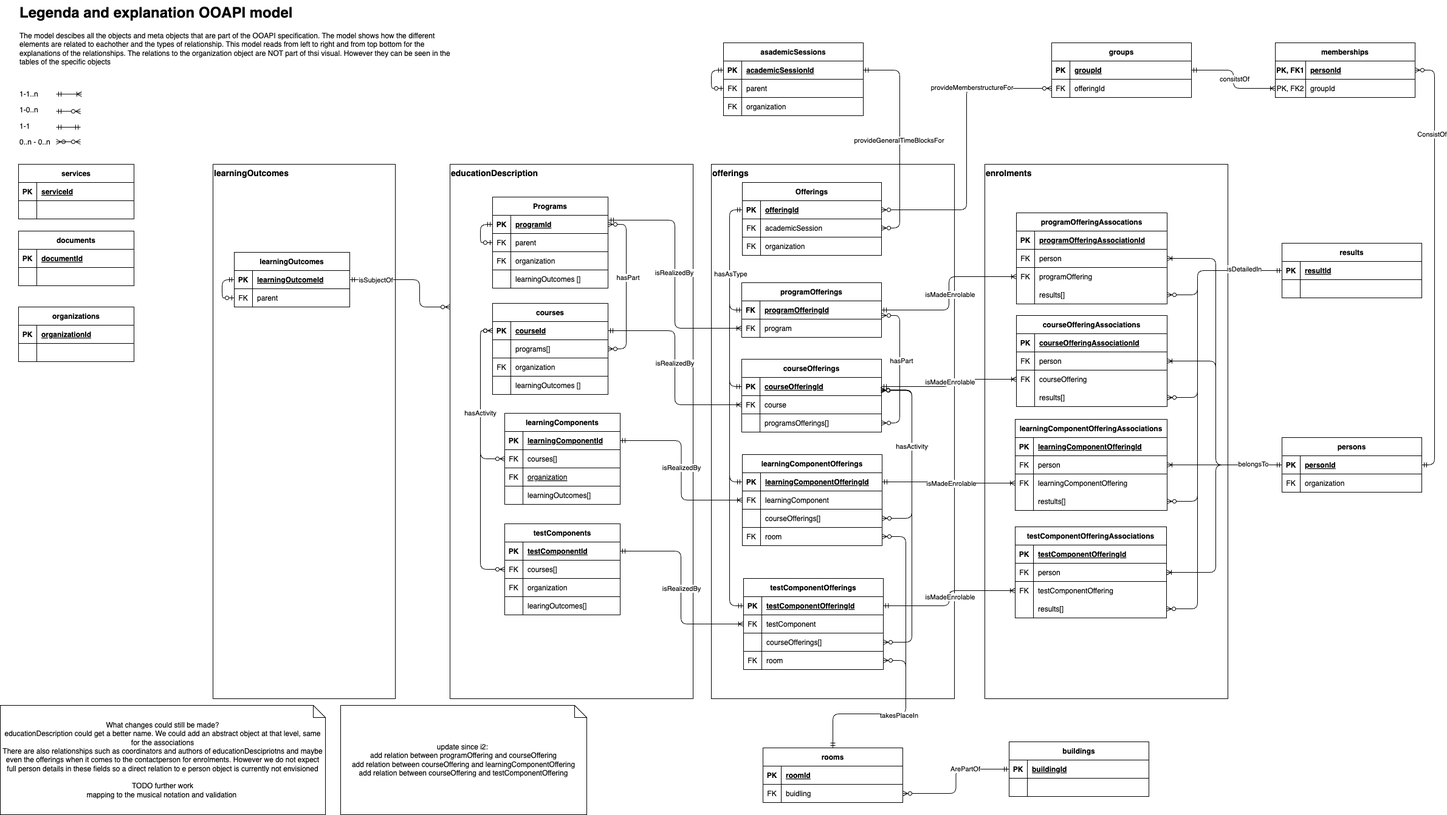
The draw.io diagram v6/ooapi_v6.png in open-education-api/specification, before a commit. Source tidied: cells renumbered, new cells last; positions are measured from the earlier drawing's top-left corner, leaving out a move shared by most shapes.
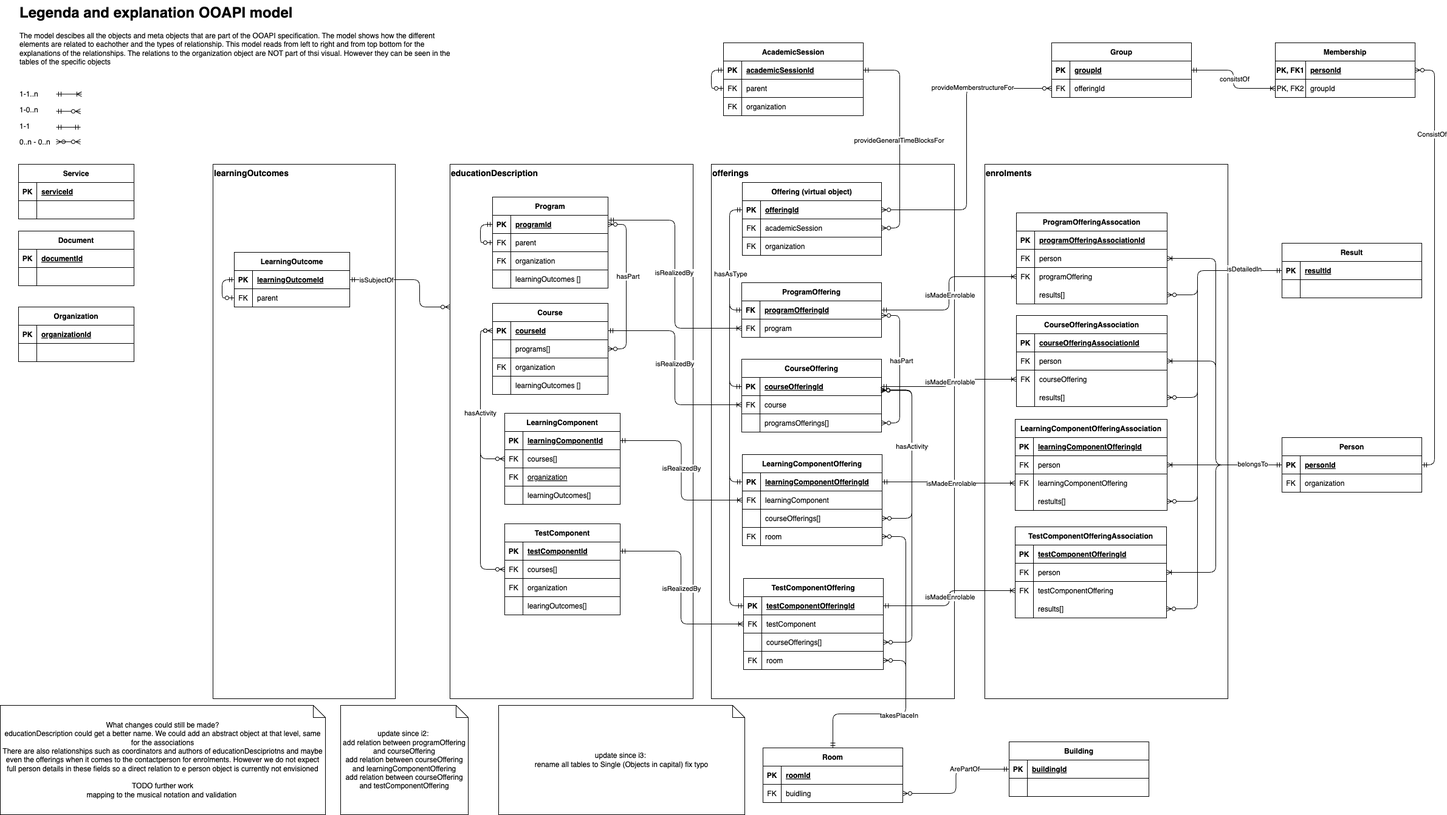
After the change.

Change to the diagram source:
```diff
@@ -20,7 +20,7 @@
     <mxCell id="7" value="isRealizedBy" style="edgeLabel;html=1;align=center;verticalAlign=middle;" parent="6" vertex="1">
       <mxGeometry x="-0.04" y="-1" relative="1" as="geometry" />
     </mxCell>
-    <mxCell id="8" value="courses" style="shape=table;startSize=30;rowLines=0;fontStyle=1;align=center;" parent="1" vertex="1">
+    <mxCell id="8" value="Course" style="shape=table;startSize=30;rowLines=0;fontStyle=1;align=center;" parent="1" vertex="1">
       <mxGeometry x="810" y="499" width="190" height="150" as="geometry" />
     </mxCell>
     <mxCell id="9" style="shape=partialRectangle;fillColor=none;points=[[0,0.5],[1,0.5]];portConstraint=eastwest;top=0;left=0;right=0;bottom=1;" parent="8" vertex="1">
@@ -59,7 +59,7 @@
     <mxCell id="20" value="learningOutcomes []" style="shape=partialRectangle;overflow=hidden;fillColor=none;top=0;left=0;bottom=0;right=0;align=left;spacingLeft=6;fontStyle=0;" parent="18" vertex="1">
       <mxGeometry x="30" width="160" height="30" as="geometry" />
     </mxCell>
-    <mxCell id="21" value="courseOfferings" style="shape=table;startSize=30;rowLines=0;fontStyle=1;align=center;" parent="1" vertex="1">
+    <mxCell id="21" value="CourseOffering" style="shape=table;startSize=30;rowLines=0;fontStyle=1;align=center;" parent="1" vertex="1">
       <mxGeometry x="1220" y="591" width="230" height="120" as="geometry" />
     </mxCell>
     <mxCell id="22" style="shape=partialRectangle;fillColor=none;points=[[0,0.5],[1,0.5]];portConstraint=eastwest;top=0;left=0;right=0;bottom=1;" parent="21" vertex="1">
@@ -89,7 +89,7 @@
     <mxCell id="30" value="programsOfferings[]" style="shape=partialRectangle;overflow=hidden;fillColor=none;top=0;left=0;bottom=0;right=0;align=left;spacingLeft=6;" parent="28" vertex="1">
       <mxGeometry x="30" width="200" height="30" as="geometry" />
     </mxCell>
-    <mxCell id="31" value="learningComponents" style="shape=table;startSize=30;rowLines=0;fontStyle=1;align=center;" parent="1" vertex="1">
+    <mxCell id="31" value="LearningComponent" style="shape=table;startSize=30;rowLines=0;fontStyle=1;align=center;" parent="1" vertex="1">
       <mxGeometry x="830" y="680" width="190" height="150" as="geometry" />
     </mxCell>
     <mxCell id="32" style="shape=partialRectangle;fillColor=none;points=[[0,0.5],[1,0.5]];portConstraint=eastwest;top=0;left=0;right=0;bottom=1;" parent="31" vertex="1">
@@ -131,7 +131,7 @@
     <mxCell id="44" style="edgeStyle=orthogonalEdgeStyle;rounded=1;jettySize=auto;html=1;exitX=0;exitY=0.5;exitDx=0;exitDy=0;startArrow=ERzeroToMany;startFill=0;endArrow=ERzeroToMany;endFill=0;curved=0;entryX=0;entryY=0.5;entryDx=0;entryDy=0;" parent="1" edge="1" source="35" target="9">
       <mxGeometry relative="1" as="geometry" />
     </mxCell>
-    <mxCell id="45" value="Programs" style="shape=table;startSize=30;rowLines=0;fontStyle=1;align=center;" parent="1" vertex="1">
+    <mxCell id="45" value="Program" style="shape=table;startSize=30;rowLines=0;fontStyle=1;align=center;" parent="1" vertex="1">
       <mxGeometry x="810" y="324" width="190" height="150" as="geometry" />
     </mxCell>
     <mxCell id="46" style="shape=partialRectangle;fillColor=none;points=[[0,0.5],[1,0.5]];portConstraint=eastwest;top=0;left=0;right=0;bottom=1;" parent="45" vertex="1">
@@ -173,7 +173,7 @@
     <mxCell id="58" style="edgeStyle=orthogonalEdgeStyle;rounded=1;jettySize=auto;html=1;exitX=0;exitY=0.5;exitDx=0;exitDy=0;endArrow=ERmandOne;startFill=0;startArrow=ERzeroToOne;endFill=0;curved=0;" parent="45" edge="1" source="49" target="46">
       <mxGeometry relative="1" as="geometry" />
     </mxCell>
-    <mxCell id="59" value="testComponents" style="shape=table;startSize=30;rowLines=0;fontStyle=1;align=center;" parent="1" vertex="1">
+    <mxCell id="59" value="TestComponent" style="shape=table;startSize=30;rowLines=0;fontStyle=1;align=center;" parent="1" vertex="1">
       <mxGeometry x="830" y="862" width="190" height="150" as="geometry" />
     </mxCell>
     <mxCell id="60" style="shape=partialRectangle;fillColor=none;points=[[0,0.5],[1,0.5]];portConstraint=eastwest;top=0;left=0;right=0;bottom=1;" parent="59" vertex="1">
@@ -220,7 +220,7 @@
         <mxPoint y="1" as="offset" />
       </mxGeometry>
     </mxCell>
-    <mxCell id="74" value="programOfferings" style="shape=table;startSize=30;rowLines=0;fontStyle=1;align=center;" parent="1" vertex="1">
+    <mxCell id="74" value="ProgramOffering" style="shape=table;startSize=30;rowLines=0;fontStyle=1;align=center;" parent="1" vertex="1">
       <mxGeometry x="1220" y="465" width="230" height="90" as="geometry" />
     </mxCell>
     <mxCell id="75" style="shape=partialRectangle;fillColor=none;points=[[0,0.5],[1,0.5]];portConstraint=eastwest;top=0;left=0;right=0;bottom=1;" parent="74" vertex="1">
@@ -247,7 +247,7 @@
     <mxCell id="82" value="isRealizedBy" style="edgeLabel;html=1;align=center;verticalAlign=middle;" parent="81" vertex="1">
       <mxGeometry x="-0.01" y="-2" relative="1" as="geometry" />
     </mxCell>
-    <mxCell id="83" value="learningComponentOfferings" style="shape=table;startSize=30;rowLines=0;fontStyle=1;align=center;" parent="1" vertex="1">
+    <mxCell id="83" value="LearningComponentOffering" style="shape=table;startSize=30;rowLines=0;fontStyle=1;align=center;" parent="1" vertex="1">
       <mxGeometry x="1221" y="748" width="230" height="150" as="geometry" />
     </mxCell>
     <mxCell id="84" style="shape=partialRectangle;fillColor=none;points=[[0,0.5],[1,0.5]];portConstraint=eastwest;top=0;left=0;right=0;bottom=1;" parent="83" vertex="1">
@@ -286,7 +286,7 @@
     <mxCell id="95" value="room" style="shape=partialRectangle;overflow=hidden;fillColor=none;top=0;left=0;bottom=0;right=0;align=left;spacingLeft=6;" parent="93" vertex="1">
       <mxGeometry x="30" width="200" height="30" as="geometry" />
     </mxCell>
-    <mxCell id="96" value="testComponentOfferings" style="shape=table;startSize=30;rowLines=0;fontStyle=1;align=center;" parent="1" vertex="1">
+    <mxCell id="96" value="TestComponentOffering" style="shape=table;startSize=30;rowLines=0;fontStyle=1;align=center;" parent="1" vertex="1">
       <mxGeometry x="1223" y="952" width="230" height="150" as="geometry" />
     </mxCell>
     <mxCell id="97" style="shape=partialRectangle;fillColor=none;points=[[0,0.5],[1,0.5]];portConstraint=eastwest;top=0;left=0;right=0;bottom=1;" parent="96" vertex="1">
@@ -328,7 +328,7 @@
     <mxCell id="109" value="&lt;font style=&quot;font-size: 14px;&quot;&gt;&lt;b&gt;enrolments&lt;/b&gt;&lt;/font&gt;" style="rounded=0;whiteSpace=wrap;html=1;align=left;verticalAlign=top;" parent="1" vertex="1">
       <mxGeometry x="1620" y="270" width="400" height="880" as="geometry" />
     </mxCell>
-    <mxCell id="110" value="courseOfferingAssociations" style="shape=table;startSize=30;rowLines=0;fontStyle=1;align=center;" parent="1" vertex="1">
+    <mxCell id="110" value="CourseOfferingAssociation" style="shape=table;startSize=30;rowLines=0;fontStyle=1;align=center;" parent="1" vertex="1">
       <mxGeometry x="1672" y="519" width="248" height="150" as="geometry" />
     </mxCell>
     <mxCell id="111" style="shape=partialRectangle;fillColor=none;top=0;left=0;right=0;bottom=1;" parent="110" vertex="1">
@@ -367,7 +367,7 @@
     <mxCell id="122" value="results[]" style="shape=partialRectangle;overflow=hidden;fillColor=none;top=0;left=0;bottom=0;right=0;align=left;spacingLeft=6;" parent="120" vertex="1">
       <mxGeometry x="30" width="218" height="30" as="geometry" />
     </mxCell>
-    <mxCell id="123" value="programOfferingAssocations" style="shape=table;startSize=30;rowLines=0;fontStyle=1;align=center;" parent="1" vertex="1">
+    <mxCell id="123" value="ProgramOfferingAssocation" style="shape=table;startSize=30;rowLines=0;fontStyle=1;align=center;" parent="1" vertex="1">
       <mxGeometry x="1672" y="350" width="248" height="150" as="geometry" />
     </mxCell>
     <mxCell id="124" style="shape=partialRectangle;fillColor=none;top=0;left=0;right=0;bottom=1;" parent="123" vertex="1">
@@ -406,7 +406,7 @@
     <mxCell id="135" value="results[]" style="shape=partialRectangle;overflow=hidden;fillColor=none;top=0;left=0;bottom=0;right=0;align=left;spacingLeft=6;" parent="133" vertex="1">
       <mxGeometry x="30" width="218" height="30" as="geometry" />
     </mxCell>
-    <mxCell id="136" value="learningComponentOfferingAssociations" style="shape=table;startSize=30;rowLines=0;fontStyle=1;align=center;" parent="1" vertex="1">
+    <mxCell id="136" value="LearningComponentOfferingAssociation" style="shape=table;startSize=30;rowLines=0;fontStyle=1;align=center;" parent="1" vertex="1">
       <mxGeometry x="1670" y="690" width="250" height="150" as="geometry" />
     </mxCell>
     <mxCell id="137" style="shape=partialRectangle;fillColor=none;top=0;left=0;right=0;bottom=1;" parent="136" vertex="1">
@@ -445,7 +445,7 @@
     <mxCell id="148" value="restults[]" style="shape=partialRectangle;overflow=hidden;fillColor=none;top=0;left=0;bottom=0;right=0;align=left;spacingLeft=6;" parent="146" vertex="1">
       <mxGeometry x="30" width="220" height="30" as="geometry" />
     </mxCell>
-    <mxCell id="149" value="testComponentOfferingAssociations" style="shape=table;startSize=30;rowLines=0;fontStyle=1;align=center;" parent="1" vertex="1">
+    <mxCell id="149" value="TestComponentOfferingAssociation" style="shape=table;startSize=30;rowLines=0;fontStyle=1;align=center;" parent="1" vertex="1">
       <mxGeometry x="1670" y="867" width="249" height="150" as="geometry" />
     </mxCell>
     <mxCell id="150" style="shape=partialRectangle;fillColor=none;top=0;left=0;right=0;bottom=1;" parent="149" vertex="1">
@@ -487,7 +487,7 @@
     <mxCell id="162" value="&lt;font style=&quot;font-size: 14px;&quot;&gt;&lt;b&gt;learningOutcomes&lt;/b&gt;&lt;/font&gt;" style="rounded=0;whiteSpace=wrap;html=1;align=left;verticalAlign=top;" parent="1" vertex="1">
       <mxGeometry x="350" y="270" width="300" height="880" as="geometry" />
     </mxCell>
-    <mxCell id="163" value="learningOutcomes" style="shape=table;startSize=30;rowLines=0;fontStyle=1;align=center;" parent="1" vertex="1">
+    <mxCell id="163" value="LearningOutcome" style="shape=table;startSize=30;rowLines=0;fontStyle=1;align=center;" parent="1" vertex="1">
       <mxGeometry x="385" y="415" width="190" height="90" as="geometry" />
     </mxCell>
     <mxCell id="164" style="shape=partialRectangle;fillColor=none;points=[[0,0.5],[1,0.5]];portConstraint=eastwest;top=0;left=0;right=0;bottom=1;" parent="163" vertex="1">
@@ -563,7 +563,7 @@
     <mxCell id="184" value="isMadeEnrolable" style="edgeLabel;html=1;align=center;verticalAlign=middle;" parent="183" vertex="1">
       <mxGeometry x="0.02" y="-1" relative="1" as="geometry" />
     </mxCell>
-    <mxCell id="185" value="persons" style="shape=table;startSize=30;rowLines=0;fontStyle=1;align=center;" parent="1" vertex="1">
+    <mxCell id="185" value="Person" style="shape=table;startSize=30;rowLines=0;fontStyle=1;align=center;" parent="1" vertex="1">
       <mxGeometry x="2109" y="720" width="230" height="90" as="geometry" />
     </mxCell>
     <mxCell id="186" style="shape=partialRectangle;fillColor=none;points=[[0,0.5],[1,0.5]];portConstraint=eastwest;top=0;left=0;right=0;bottom=1;" parent="185" vertex="1">
@@ -614,7 +614,7 @@
     <mxCell id="196" value="belongsTo" style="edgeLabel;html=1;align=center;verticalAlign=middle;" parent="195" vertex="1">
       <mxGeometry x="-0.82" y="-2" relative="1" as="geometry" />
     </mxCell>
-    <mxCell id="197" value="results" style="shape=table;startSize=30;rowLines=0;fontStyle=1;align=center;" parent="1" vertex="1">
+    <mxCell id="197" value="Result" style="shape=table;startSize=30;rowLines=0;fontStyle=1;align=center;" parent="1" vertex="1">
       <mxGeometry x="2109" y="400" width="230" height="90" as="geometry" />
     </mxCell>
     <mxCell id="198" style="shape=partialRectangle;fillColor=none;points=[[0,0.5],[1,0.5]];portConstraint=eastwest;top=0;left=0;right=0;bottom=1;" parent="197" vertex="1">
@@ -635,7 +635,7 @@
     <mxCell id="203" style="shape=partialRectangle;overflow=hidden;fillColor=none;top=0;left=0;bottom=0;right=0;align=left;spacingLeft=6;" parent="201" vertex="1">
       <mxGeometry x="30" width="200" height="30" as="geometry" />
     </mxCell>
-    <mxCell id="204" value="memberships" style="shape=table;startSize=30;rowLines=0;fontStyle=1;align=center;" parent="1" vertex="1">
+    <mxCell id="204" value="Membership" style="shape=table;startSize=30;rowLines=0;fontStyle=1;align=center;" parent="1" vertex="1">
       <mxGeometry x="2098" y="70" width="230" height="90" as="geometry" />
     </mxCell>
     <mxCell id="205" style="shape=partialRectangle;fillColor=none;points=[[0,0.5],[1,0.5]];portConstraint=eastwest;top=0;left=0;right=0;bottom=1;" parent="204" vertex="1">
@@ -656,7 +656,7 @@
     <mxCell id="210" value="groupId" style="shape=partialRectangle;overflow=hidden;fillColor=none;top=0;left=0;bottom=0;right=0;align=left;spacingLeft=6;" parent="208" vertex="1">
       <mxGeometry x="50" width="180" height="30" as="geometry" />
     </mxCell>
-    <mxCell id="211" value="groups" style="shape=table;startSize=30;rowLines=0;fontStyle=1;align=center;" parent="1" vertex="1">
+    <mxCell id="211" value="Group" style="shape=table;startSize=30;rowLines=0;fontStyle=1;align=center;" parent="1" vertex="1">
       <mxGeometry x="1730" y="70" width="230" height="90" as="geometry" />
     </mxCell>
     <mxCell id="212" style="shape=partialRectangle;fillColor=none;points=[[0,0.5],[1,0.5]];portConstraint=eastwest;top=0;left=0;right=0;bottom=1;" parent="211" vertex="1">
@@ -707,7 +707,7 @@
     <mxCell id="224" style="edgeStyle=orthogonalEdgeStyle;rounded=1;jettySize=auto;html=1;entryX=0;entryY=0.5;entryDx=0;entryDy=0;startArrow=ERmandOne;startFill=0;endArrow=ERmandOne;endFill=0;curved=0;" parent="1" edge="1" source="226" target="75">
       <mxGeometry relative="1" as="geometry" />
     </mxCell>
-    <mxCell id="225" value="Offerings" style="shape=table;startSize=30;rowLines=0;fontStyle=1;align=center;" parent="1" vertex="1">
+    <mxCell id="225" value="Offering (virtual object)" style="shape=table;startSize=30;rowLines=0;fontStyle=1;align=center;" parent="1" vertex="1">
       <mxGeometry x="1221" y="300" width="229" height="120" as="geometry" />
     </mxCell>
     <mxCell id="226" style="shape=partialRectangle;fillColor=none;points=[[0,0.5],[1,0.5]];portConstraint=eastwest;top=0;left=0;right=0;bottom=1;" parent="225" vertex="1">
@@ -796,7 +796,7 @@
     <mxCell id="243" value="isDetailedIn" style="edgeLabel;html=1;align=center;verticalAlign=middle;" parent="242" vertex="1">
       <mxGeometry x="-0.83" y="-3" relative="1" as="geometry" />
     </mxCell>
-    <mxCell id="244" value="rooms" style="shape=table;startSize=30;rowLines=0;fontStyle=1;align=center;" parent="1" vertex="1">
+    <mxCell id="244" value="Room" style="shape=table;startSize=30;rowLines=0;fontStyle=1;align=center;" parent="1" vertex="1">
       <mxGeometry x="1255" y="1231" width="230" height="90" as="geometry" />
     </mxCell>
     <mxCell id="245" style="shape=partialRectangle;fillColor=none;top=0;left=0;right=0;bottom=1;" parent="244" vertex="1">
@@ -825,7 +825,7 @@
         <mxPoint x="1" as="offset" />
       </mxGeometry>
     </mxCell>
-    <mxCell id="253" value="buildings" style="shape=table;startSize=30;rowLines=0;fontStyle=1;align=center;" parent="1" vertex="1">
+    <mxCell id="253" value="Building" style="shape=table;startSize=30;rowLines=0;fontStyle=1;align=center;" parent="1" vertex="1">
       <mxGeometry x="1660" y="1221" width="230" height="90" as="geometry" />
     </mxCell>
     <mxCell id="254" style="shape=partialRectangle;fillColor=none;top=0;left=0;right=0;bottom=1;" parent="253" vertex="1">
@@ -867,7 +867,7 @@
     <mxCell id="262" value="takesPlaceIn" style="edgeLabel;html=1;align=center;verticalAlign=middle;" parent="261" vertex="1">
       <mxGeometry x="0.35" y="2" relative="1" as="geometry" />
     </mxCell>
-    <mxCell id="263" value="services" style="shape=table;startSize=30;rowLines=0;fontStyle=1;align=center;" parent="1" vertex="1">
+    <mxCell id="263" value="Service" style="shape=table;startSize=30;rowLines=0;fontStyle=1;align=center;" parent="1" vertex="1">
       <mxGeometry x="30" y="270" width="190" height="90" as="geometry" />
     </mxCell>
     <mxCell id="264" style="shape=partialRectangle;fillColor=none;top=0;left=0;right=0;bottom=1;" parent="263" vertex="1">
@@ -888,7 +888,7 @@
     <mxCell id="269" style="shape=partialRectangle;overflow=hidden;fillColor=none;top=0;left=0;bottom=0;right=0;align=left;spacingLeft=6;fontStyle=0;" parent="267" vertex="1">
       <mxGeometry x="30" width="160" height="30" as="geometry" />
     </mxCell>
-    <mxCell id="270" value="documents" style="shape=table;startSize=30;rowLines=0;fontStyle=1;align=center;" parent="1" vertex="1">
+    <mxCell id="270" value="Document" style="shape=table;startSize=30;rowLines=0;fontStyle=1;align=center;" parent="1" vertex="1">
       <mxGeometry x="30" y="380" width="190" height="90" as="geometry" />
     </mxCell>
     <mxCell id="271" style="shape=partialRectangle;fillColor=none;top=0;left=0;right=0;bottom=1;" parent="270" vertex="1">
@@ -909,7 +909,7 @@
     <mxCell id="276" style="shape=partialRectangle;overflow=hidden;fillColor=none;top=0;left=0;bottom=0;right=0;align=left;spacingLeft=6;fontStyle=0;" parent="274" vertex="1">
       <mxGeometry x="30" width="160" height="30" as="geometry" />
     </mxCell>
-    <mxCell id="277" value="asademicSessions" style="shape=table;startSize=30;rowLines=0;fontStyle=1;align=center;" parent="1" vertex="1">
+    <mxCell id="277" value="AcademicSession" style="shape=table;startSize=30;rowLines=0;fontStyle=1;align=center;" parent="1" vertex="1">
       <mxGeometry x="1190" y="70" width="230" height="120" as="geometry" />
     </mxCell>
     <mxCell id="278" style="shape=partialRectangle;fillColor=none;points=[[0,0.5],[1,0.5]];portConstraint=eastwest;top=0;left=0;right=0;bottom=1;" parent="277" vertex="1">
@@ -972,7 +972,7 @@
         <mxPoint x="102" y="208.9" as="targetPoint" />
       </mxGeometry>
     </mxCell>
-    <mxCell id="295" value="organizations" style="shape=table;startSize=30;rowLines=0;fontStyle=1;align=center;" parent="1" vertex="1">
+    <mxCell id="295" value="Organization" style="shape=table;startSize=30;rowLines=0;fontStyle=1;align=center;" parent="1" vertex="1">
       <mxGeometry x="30" y="505" width="190" height="90" as="geometry" />
     </mxCell>
     <mxCell id="296" style="shape=partialRectangle;fillColor=none;top=0;left=0;right=0;bottom=1;" parent="295" vertex="1">
@@ -1037,7 +1037,10 @@
       </mxGeometry>
     </mxCell>
     <mxCell id="310" value="update since i2:&amp;nbsp;&lt;div&gt;add relation between programOffering and courseOffering&lt;/div&gt;&lt;div&gt;add relation between courseOffering and learningComponentOffering&lt;/div&gt;&lt;div&gt;add relation between courseOffering and testComponentOffering&lt;/div&gt;" style="shape=note;size=20;whiteSpace=wrap;html=1;" parent="1" vertex="1">
-      <mxGeometry x="560" y="1161" width="405" height="180" as="geometry" />
+      <mxGeometry x="560" y="1161" width="210" height="180" as="geometry" />
     </mxCell>
+    <mxCell id="311" value="update since i3:&amp;nbsp;&lt;div&gt;rename all tables to Single (Objects in capital) fix typo&lt;/div&gt;" style="shape=note;size=20;whiteSpace=wrap;html=1;" parent="1" vertex="1">
+      <mxGeometry x="820" y="1161" width="405" height="180" as="geometry" />
+    </mxCell>
   </root>
 </mxGraphModel>
```
